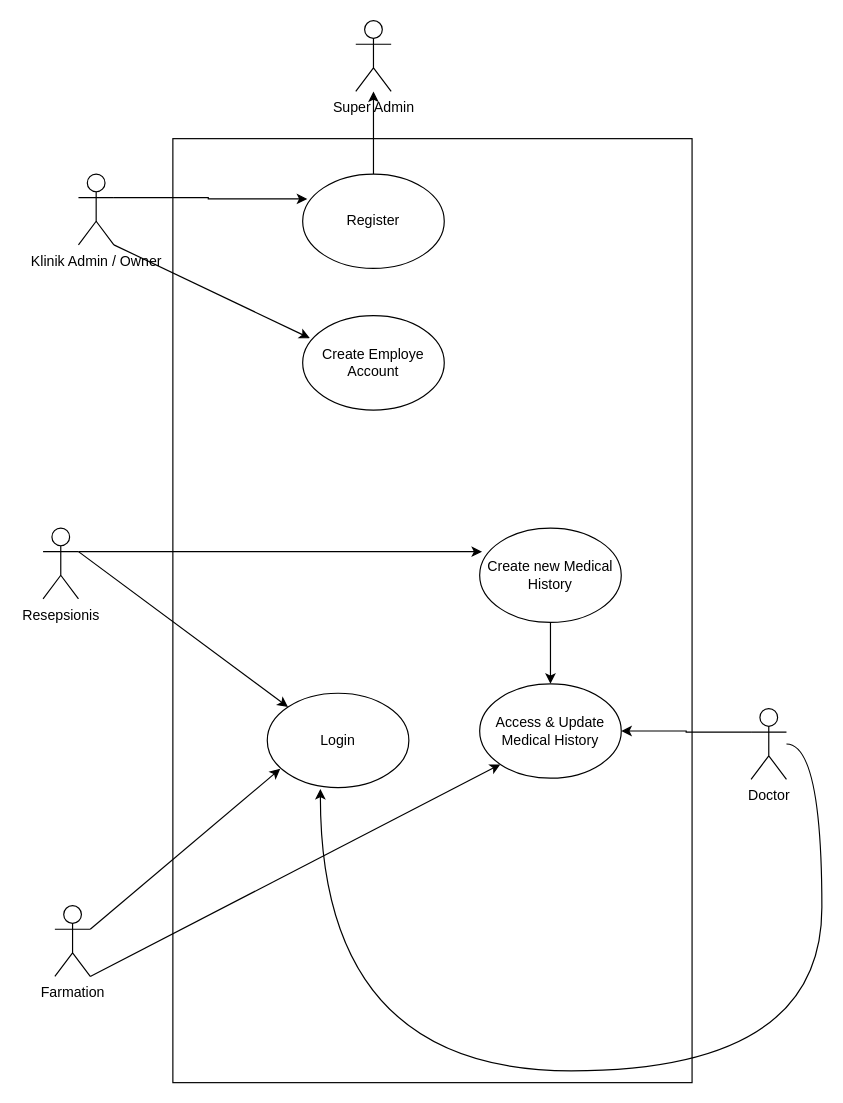
The draw.io diagram page "use-case" (2 of 7) of klinik-use-case-diagram.drawio in rrahmatn/dfd_erd_uml, before the edit. Source tidied: cells renumbered, new cells numbered last; positions are measured from the earlier drawing's top-left corner, leaving out a move shared by most shapes. Both pictures are drawn from the tidied source at 118%, with x=0, y=0 at pixel (42, 20).
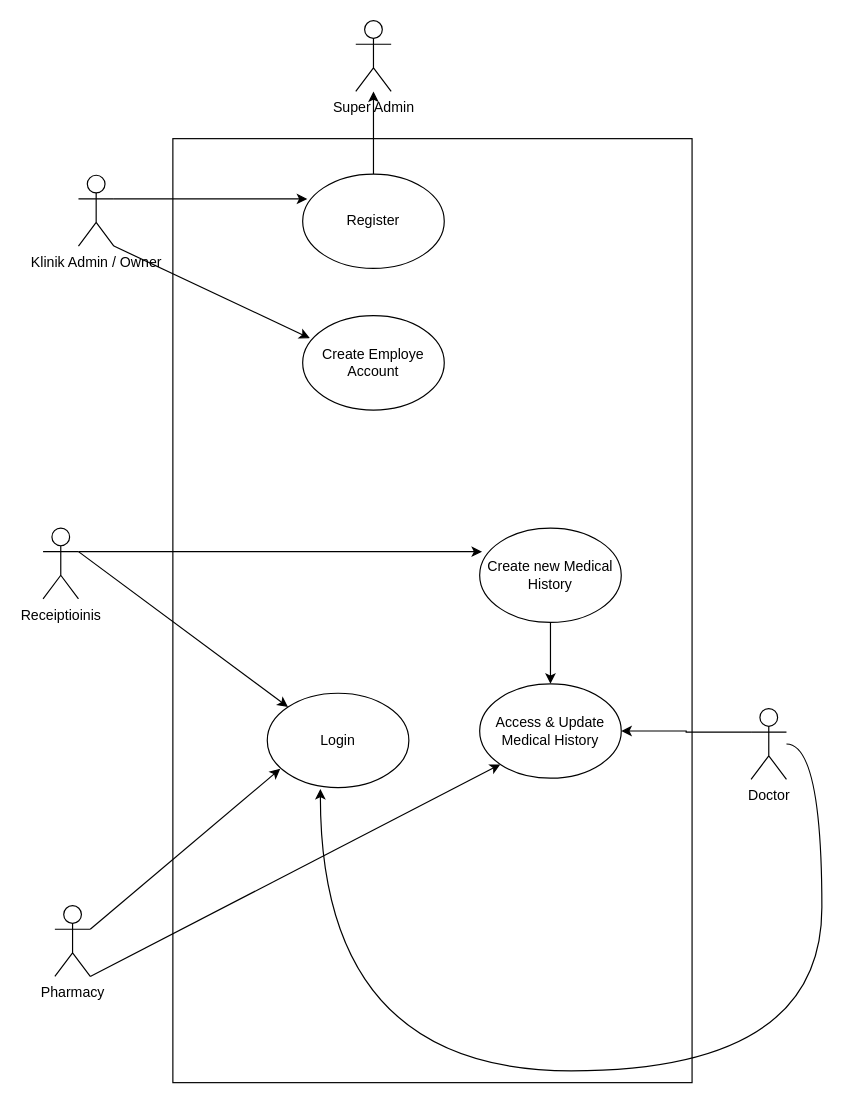
The same diagram, later.

Change to the diagram source:
```diff
@@
     <mxCell id="4" value="Klinik Admin / Owner" style="shape=umlActor;verticalLabelPosition=bottom;verticalAlign=top;html=1;outlineConnect=0;" parent="1" vertex="1">
-      <mxGeometry x="30" y="130" width="30" height="60" as="geometry" />
+      <mxGeometry x="30" y="131" width="30" height="60" as="geometry" />
     </mxCell>
@@
-    <mxCell id="10" value="Farmation" style="shape=umlActor;verticalLabelPosition=bottom;verticalAlign=top;html=1;outlineConnect=0;" parent="1" vertex="1">
+    <mxCell id="10" value="Pharmacy" style="shape=umlActor;verticalLabelPosition=bottom;verticalAlign=top;html=1;outlineConnect=0;" parent="1" vertex="1">
       <mxGeometry x="10" y="750" width="30" height="60" as="geometry" />
     </mxCell>
@@
-    <mxCell id="12" value="Resepsionis" style="shape=umlActor;verticalLabelPosition=bottom;verticalAlign=top;html=1;outlineConnect=0;" parent="1" vertex="1">
+    <mxCell id="12" value="Receiptioinis" style="shape=umlActor;verticalLabelPosition=bottom;verticalAlign=top;html=1;outlineConnect=0;" parent="1" vertex="1">
       <mxGeometry y="430" width="30" height="60" as="geometry" />
     </mxCell>
```
